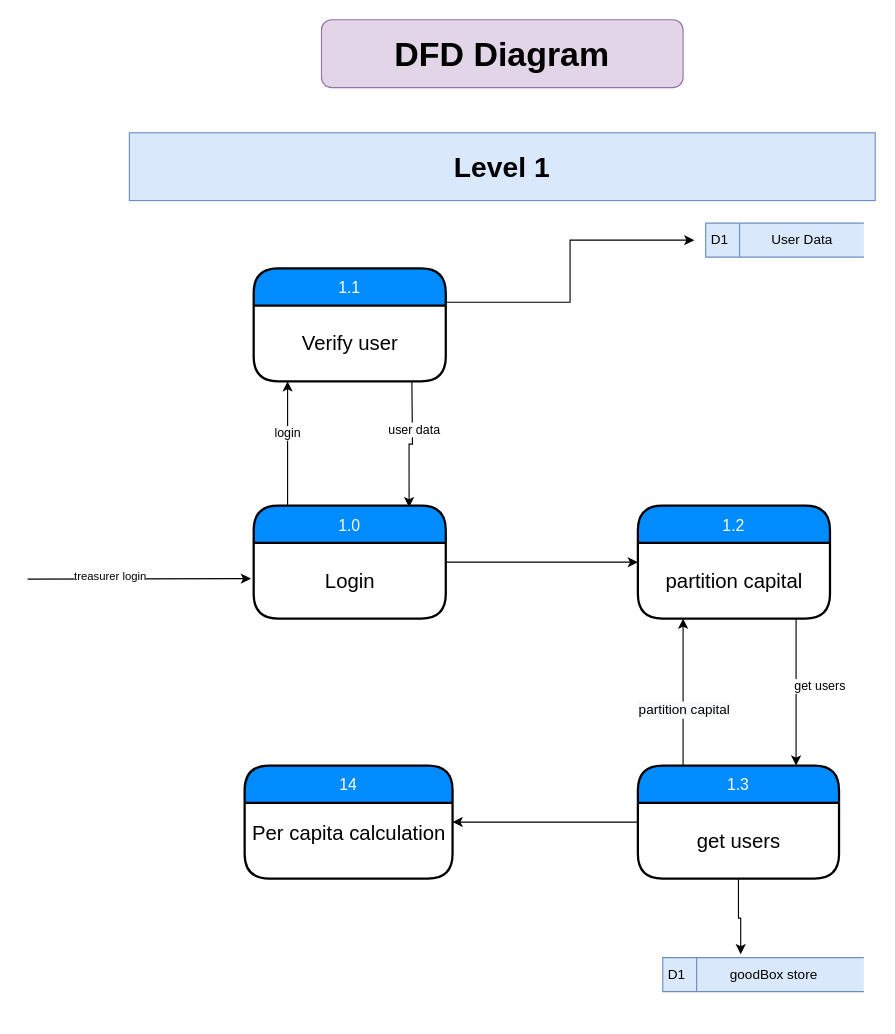
The draw.io diagram page "Page-3" (3 of 3) of Untitled Diagram.drawio in michaelwagih199/Benevolent, before the edit. Source tidied: cells renumbered, new cells numbered last; positions are measured from the earlier drawing's top-left corner, leaving out a move shared by most shapes. Both pictures are drawn from the tidied source at 113%, with x=0, y=0 at pixel (27, 19).
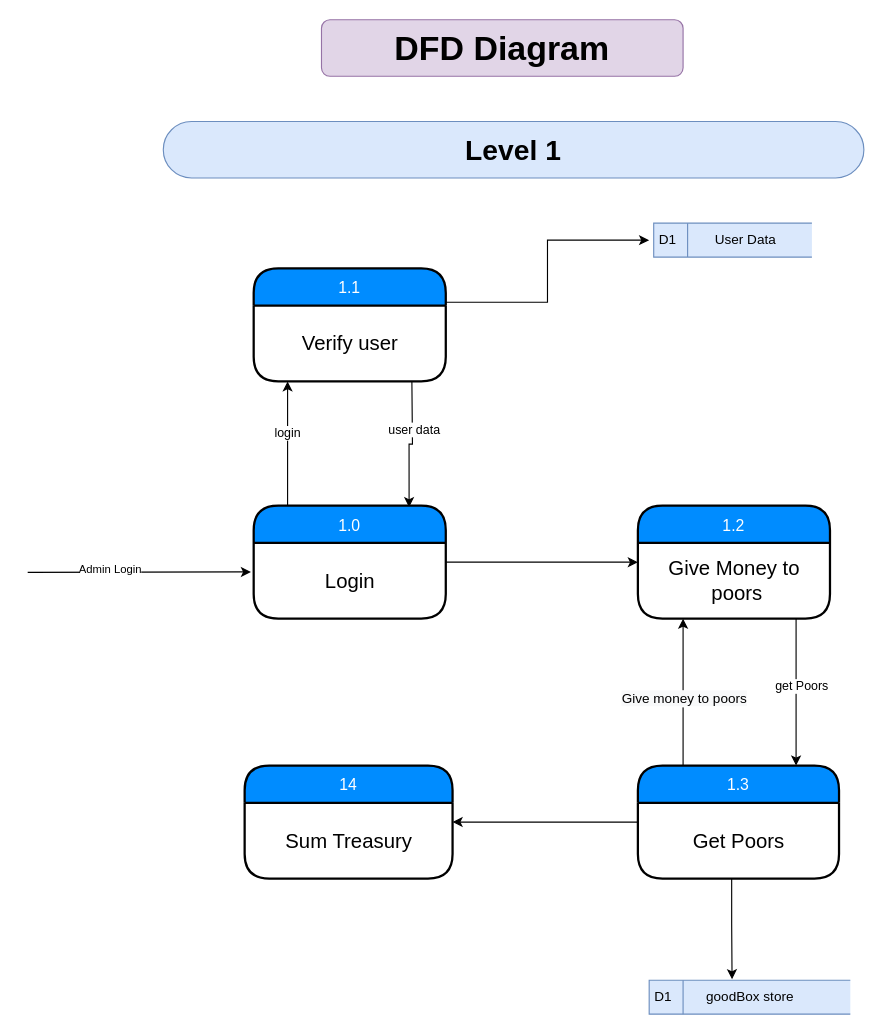
The same diagram, later.

The change refers to these unchanged cells:
```xml
<mxCell id="10" value="1.1" style="swimlane;horizontal=1;startSize=33;fillColor=#008cff;fontColor=#FFFFFF;rounded=1;fontSize=14;fontStyle=0;strokeWidth=2;shadow=0;dashed=0;align=center;arcSize=22;" parent="1" vertex="1">
  <mxGeometry x="200" y="220" width="170" height="100" as="geometry" />
</mxCell>
<mxCell id="16" value="&lt;span style=&quot;background-color: rgb(255 , 255 , 255)&quot;&gt;&lt;font style=&quot;font-size: 18px&quot;&gt;Login&lt;/font&gt;&lt;/span&gt;" style="text;html=1;align=center;verticalAlign=middle;points=[];" parent="15" vertex="1">
  <mxGeometry y="33" width="170" height="67" as="geometry" />
</mxCell>
<mxCell id="18" style="edgeStyle=orthogonalEdgeStyle;rounded=0;jettySize=auto;html=1;" parent="1" edge="1" source="20" target="23">
  <mxGeometry relative="1" as="geometry">
    <Array as="points">
      <mxPoint x="680" y="620" />
      <mxPoint x="680" y="620" />
    </Array>
  </mxGeometry>
</mxCell>
<mxCell id="20" value="1.2" style="swimlane;horizontal=1;startSize=33;fillColor=#008cff;fontColor=#FFFFFF;rounded=1;fontSize=14;fontStyle=0;strokeWidth=2;shadow=0;dashed=0;align=center;arcSize=22;" parent="1" vertex="1">
  <mxGeometry x="540" y="430" width="170" height="100" as="geometry" />
</mxCell>
<mxCell id="23" value="1.3" style="swimlane;horizontal=1;startSize=33;fillColor=#008cff;fontColor=#FFFFFF;rounded=1;fontSize=14;fontStyle=0;strokeWidth=2;shadow=0;dashed=0;align=center;arcSize=22;" parent="1" vertex="1">
  <mxGeometry x="540" y="660" width="178" height="100" as="geometry" />
</mxCell>
<mxCell id="25" style="edgeStyle=orthogonalEdgeStyle;rounded=0;orthogonalLoop=1;jettySize=auto;html=1;" parent="1" edge="1">
  <mxGeometry relative="1" as="geometry">
    <mxPoint x="580" y="660" as="sourcePoint" />
    <mxPoint x="580" y="530" as="targetPoint" />
    <Array as="points">
      <mxPoint x="580" y="620" />
      <mxPoint x="580" y="620" />
    </Array>
  </mxGeometry>
</mxCell>
<mxCell id="27" value="14" style="swimlane;horizontal=1;startSize=33;fillColor=#008cff;fontColor=#FFFFFF;rounded=1;fontSize=14;fontStyle=0;strokeWidth=2;shadow=0;dashed=0;align=center;arcSize=22;" parent="1" vertex="1">
  <mxGeometry x="192" y="660" width="184" height="100" as="geometry" />
</mxCell>
```

Diff of the diagram source:
```diff
@@
     <mxCell id="2" value="&lt;font size=&quot;1&quot;&gt;&lt;b style=&quot;font-size: 30px&quot;&gt;DFD Diagram&lt;/b&gt;&lt;/font&gt;" style="rounded=1;whiteSpace=wrap;html=1;fillColor=#e1d5e7;strokeColor=#9673a6;" parent="1" vertex="1">
-      <mxGeometry x="260" width="320" height="60" as="geometry" />
+      <mxGeometry x="260" width="320" height="50" as="geometry" />
     </mxCell>
-    <mxCell id="3" value="&lt;font size=&quot;1&quot;&gt;&lt;b style=&quot;font-size: 25px&quot;&gt;Level 1&lt;/b&gt;&lt;/font&gt;" style="rounded=1;whiteSpace=wrap;html=1;fillColor=#dae8fc;strokeColor=#6c8ebf;arcSize=0;" parent="1" vertex="1">
-      <mxGeometry x="90" y="100" width="660" height="60" as="geometry" />
+    <mxCell id="3" value="&lt;font size=&quot;1&quot;&gt;&lt;b style=&quot;font-size: 25px&quot;&gt;Level 1&lt;/b&gt;&lt;/font&gt;" style="rounded=1;whiteSpace=wrap;html=1;fillColor=#dae8fc;strokeColor=#6c8ebf;arcSize=50;" parent="1" vertex="1">
+      <mxGeometry x="120" y="90" width="620" height="50" as="geometry" />
     </mxCell>
-    <mxCell id="4" style="endArrow=classic;html=1;entryX=-0.014;entryY=0.471;entryDx=0;entryDy=0;entryPerimeter=0;" parent="1" edge="1" target="16">
+    <mxCell id="4" style="endArrow=classic;html=1;entryX=-0.014;entryY=0.471;entryDx=0;entryDy=0;entryPerimeter=0;" parent="1" edge="1">
       <mxGeometry relative="1" as="geometry">
-        <mxPoint y="495" as="sourcePoint" />
+        <mxPoint y="489" as="sourcePoint" />
+        <mxPoint x="197.6" y="488.6" as="targetPoint" />
       </mxGeometry>
     </mxCell>
-    <mxCell id="5" value="&lt;font style=&quot;font-size: 10px&quot;&gt;treasurer login&lt;/font&gt;" style="edgeLabel;html=1;align=center;verticalAlign=middle;" parent="4" vertex="1">
+    <mxCell id="5" value="&lt;font style=&quot;font-size: 10px&quot;&gt;Admin Login&lt;/font&gt;" style="edgeLabel;html=1;align=center;verticalAlign=middle;" parent="4" vertex="1">
       <mxGeometry x="-0.26" y="3" relative="1" as="geometry" />
     </mxCell>
@@
     <mxCell id="8" style="edgeStyle=orthogonalEdgeStyle;rounded=0;jettySize=auto;html=1;exitX=0.5;exitY=0;exitDx=0;exitDy=0;" parent="1" edge="1" source="10">
       <mxGeometry relative="1" as="geometry">
-        <mxPoint x="590" y="195" as="targetPoint" />
+        <mxPoint x="550" y="195" as="targetPoint" />
         <Array as="points">
           <mxPoint x="285" y="250" />
-          <mxPoint x="480" y="250" />
-          <mxPoint x="480" y="195" />
+          <mxPoint x="460" y="250" />
+          <mxPoint x="460" y="195" />
         </Array>
       </mxGeometry>
     </mxCell>
     <mxCell id="9" value="D1" style="html=1;dashed=0;whitespace=wrap;shape=mxgraph.dfd.dataStoreID;align=left;spacingLeft=3;fillColor=#dae8fc;strokeColor=#6c8ebf;" parent="1" vertex="1">
-      <mxGeometry x="600" y="180" width="140" height="30" as="geometry" />
+      <mxGeometry x="554" y="180" width="140" height="30" as="geometry" />
     </mxCell>
@@
     <mxCell id="17" value="User Data" style="text;html=1;align=center;verticalAlign=middle;" parent="1" vertex="1">
-      <mxGeometry x="650" y="185" width="70" height="20" as="geometry" />
+      <mxGeometry x="600" y="185" width="70" height="20" as="geometry" />
     </mxCell>
@@
-    <mxCell id="19" value="get users" style="edgeLabel;html=1;align=center;verticalAlign=middle;" parent="18" vertex="1">
+    <mxCell id="19" value="get Poors" style="edgeLabel;html=1;align=center;verticalAlign=middle;" parent="18" vertex="1">
       <mxGeometry x="-0.01" y="44" relative="1" as="geometry">
-        <mxPoint x="-24" y="-4.2" as="offset" />
+        <mxPoint x="-40" y="-4.2" as="offset" />
       </mxGeometry>
     </mxCell>
@@
-    <mxCell id="21" value="&lt;span style=&quot;background-color: rgb(255 , 255 , 255)&quot;&gt;&lt;font style=&quot;font-size: 18px&quot;&gt;partition capital&lt;/font&gt;&lt;/span&gt;" style="text;html=1;align=center;verticalAlign=middle;" parent="20" vertex="1">
+    <mxCell id="21" value="&lt;span style=&quot;background-color: rgb(255 , 255 , 255)&quot;&gt;&lt;font style=&quot;font-size: 18px&quot;&gt;Give Money to&lt;br&gt;&amp;nbsp;poors&lt;/font&gt;&lt;/span&gt;" style="text;html=1;align=center;verticalAlign=middle;" parent="20" vertex="1">
       <mxGeometry y="33" width="170" height="67" as="geometry" />
     </mxCell>
@@
-    <mxCell id="24" value="&lt;span style=&quot;background-color: rgb(255 , 255 , 255)&quot;&gt;&lt;font style=&quot;font-size: 18px&quot;&gt;get users&lt;/font&gt;&lt;/span&gt;" style="text;html=1;align=center;verticalAlign=middle;points=[];" parent="23" vertex="1">
+    <mxCell id="24" value="&lt;span style=&quot;background-color: rgb(255 , 255 , 255)&quot;&gt;&lt;font style=&quot;font-size: 18px&quot;&gt;Get Poors&lt;/font&gt;&lt;/span&gt;" style="text;html=1;align=center;verticalAlign=middle;points=[];" parent="23" vertex="1">
       <mxGeometry y="33" width="178" height="67" as="geometry" />
     </mxCell>
@@
-    <mxCell id="26" value="&lt;span style=&quot;font-size: 12px ; background-color: rgb(248 , 249 , 250)&quot;&gt;partition capital&lt;/span&gt;" style="edgeLabel;html=1;align=center;verticalAlign=middle;" parent="25" vertex="1">
+    <mxCell id="26" value="&lt;span style=&quot;font-size: 12px ; background-color: rgb(248 , 249 , 250)&quot;&gt;Give money to poors&lt;/span&gt;" style="edgeLabel;html=1;align=center;verticalAlign=middle;" parent="25" vertex="1">
       <mxGeometry x="-0.01" y="44" relative="1" as="geometry">
-        <mxPoint x="44" y="14.2" as="offset" />
+        <mxPoint x="44" y="4" as="offset" />
       </mxGeometry>
     </mxCell>
@@
-    <mxCell id="28" value="&lt;span style=&quot;background-color: rgb(255 , 255 , 255)&quot;&gt;&lt;font&gt;&lt;span style=&quot;font-size: 18px&quot;&gt;Per capita calculation&lt;/span&gt;&lt;br&gt;&lt;br&gt;&lt;/font&gt;&lt;/span&gt;" style="text;html=1;align=center;verticalAlign=middle;" parent="27" vertex="1">
+    <mxCell id="28" value="&lt;span style=&quot;background-color: rgb(255 , 255 , 255)&quot;&gt;&lt;font&gt;&lt;span style=&quot;font-size: 18px&quot;&gt;Sum Treasury&lt;/span&gt;&lt;br&gt;&lt;/font&gt;&lt;/span&gt;" style="text;html=1;align=center;verticalAlign=middle;" parent="27" vertex="1">
       <mxGeometry y="33" width="184" height="67" as="geometry" />
     </mxCell>
     <mxCell id="29" value="D1" style="html=1;dashed=0;whitespace=wrap;shape=mxgraph.dfd.dataStoreID;align=left;spacingLeft=3;points=[[0,0],[0.5,0],[1,0],[0,0.5],[1,0.5],[0,1],[0.5,1],[1,1]];fillColor=#dae8fc;strokeColor=#6c8ebf;" parent="1" vertex="1">
-      <mxGeometry x="562" y="830" width="178" height="30" as="geometry" />
+      <mxGeometry x="550" y="850" width="178" height="30" as="geometry" />
     </mxCell>
-    <mxCell id="30" style="edgeStyle=orthogonalEdgeStyle;rounded=0;jettySize=auto;html=1;" parent="1" edge="1" source="24">
+    <mxCell id="30" style="edgeStyle=orthogonalEdgeStyle;rounded=0;jettySize=auto;html=1;entryX=0.412;entryY=-0.029;entryDx=0;entryDy=0;entryPerimeter=0;" parent="1" edge="1" source="24" target="29">
       <mxGeometry relative="1" as="geometry">
-        <mxPoint x="631" y="827" as="targetPoint" />
         <Array as="points">
-          <mxPoint x="629" y="795" />
-          <mxPoint x="631" y="795" />
+          <mxPoint x="623" y="800" />
+          <mxPoint x="623" y="800" />
         </Array>
       </mxGeometry>
     </mxCell>
     <mxCell id="31" value="goodBox store" style="text;html=1;align=center;verticalAlign=middle;" parent="1" vertex="1">
-      <mxGeometry x="615" y="835" width="90" height="20" as="geometry" />
+      <mxGeometry x="594" y="855" width="90" height="20" as="geometry" />
     </mxCell>
```
